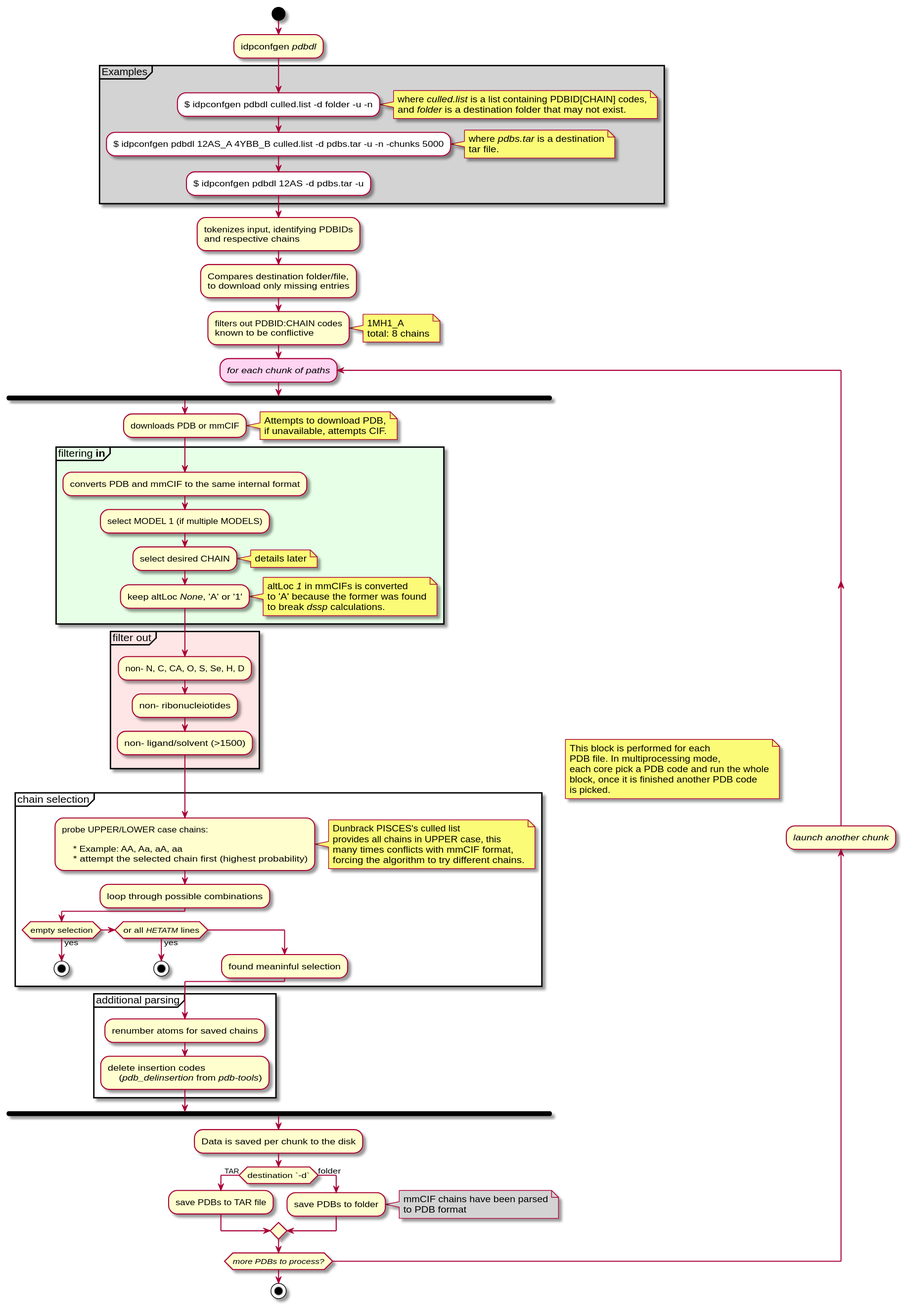
Earlier version of the PlantUML export docs/UMLs/idpconfgen_pdbdl.svg (julie-forman-kay-lab/IDPConformerGenerator).
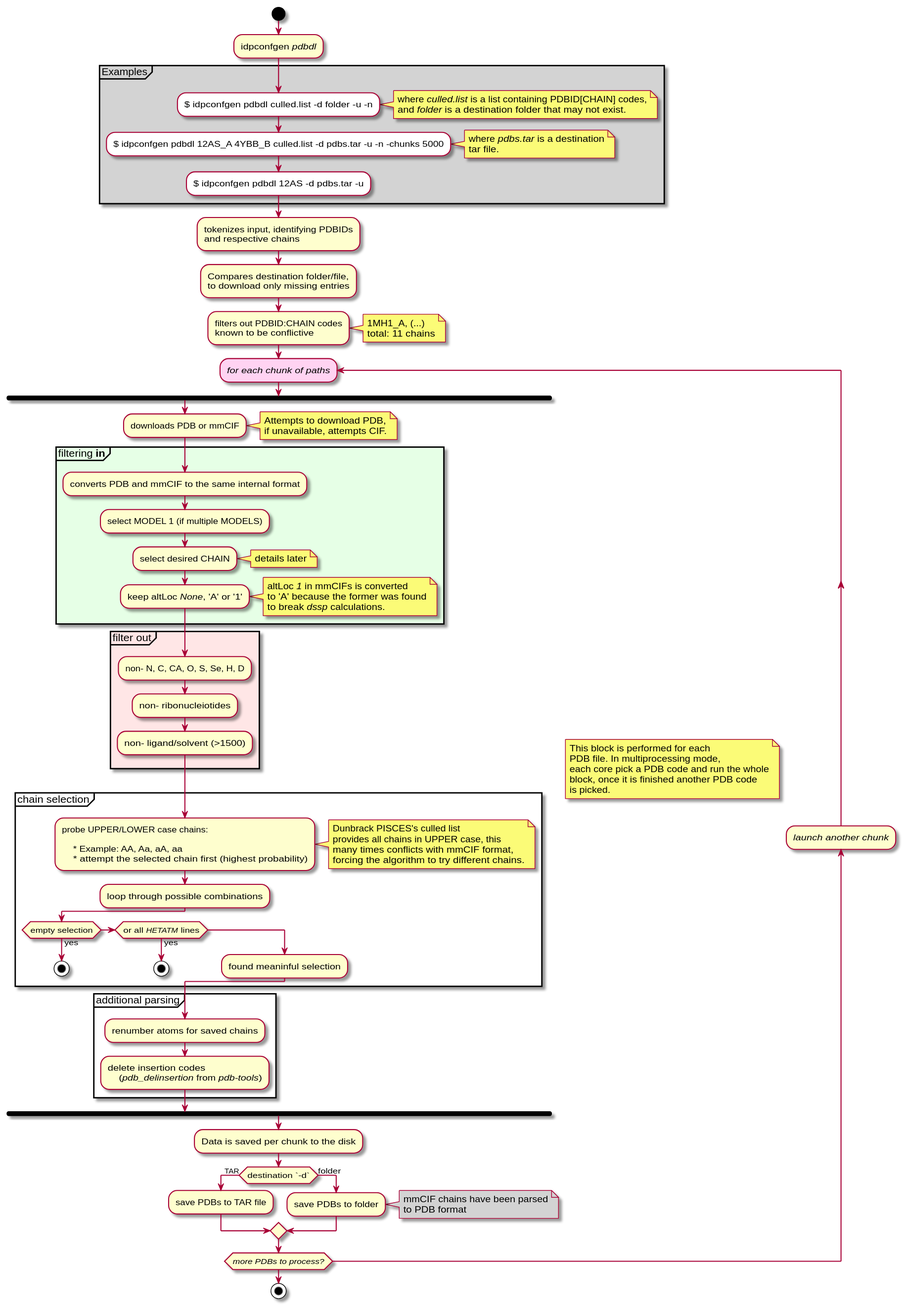
The same file after the commit.

Commit message:
blacklisted additional chains

The edit, as a diff of the source:
```diff
@@ -27,8 +27,8 @@
 :filters out PDBID:CHAIN codes
 known to be conflictive;
 note right
-    1MH1_A
-    total: 8 chains
+    1MH1_A, (...)
+    total: 11 chains
 end note
 
 #FFD3F2:repeat ://for each chunk of paths//;
```
